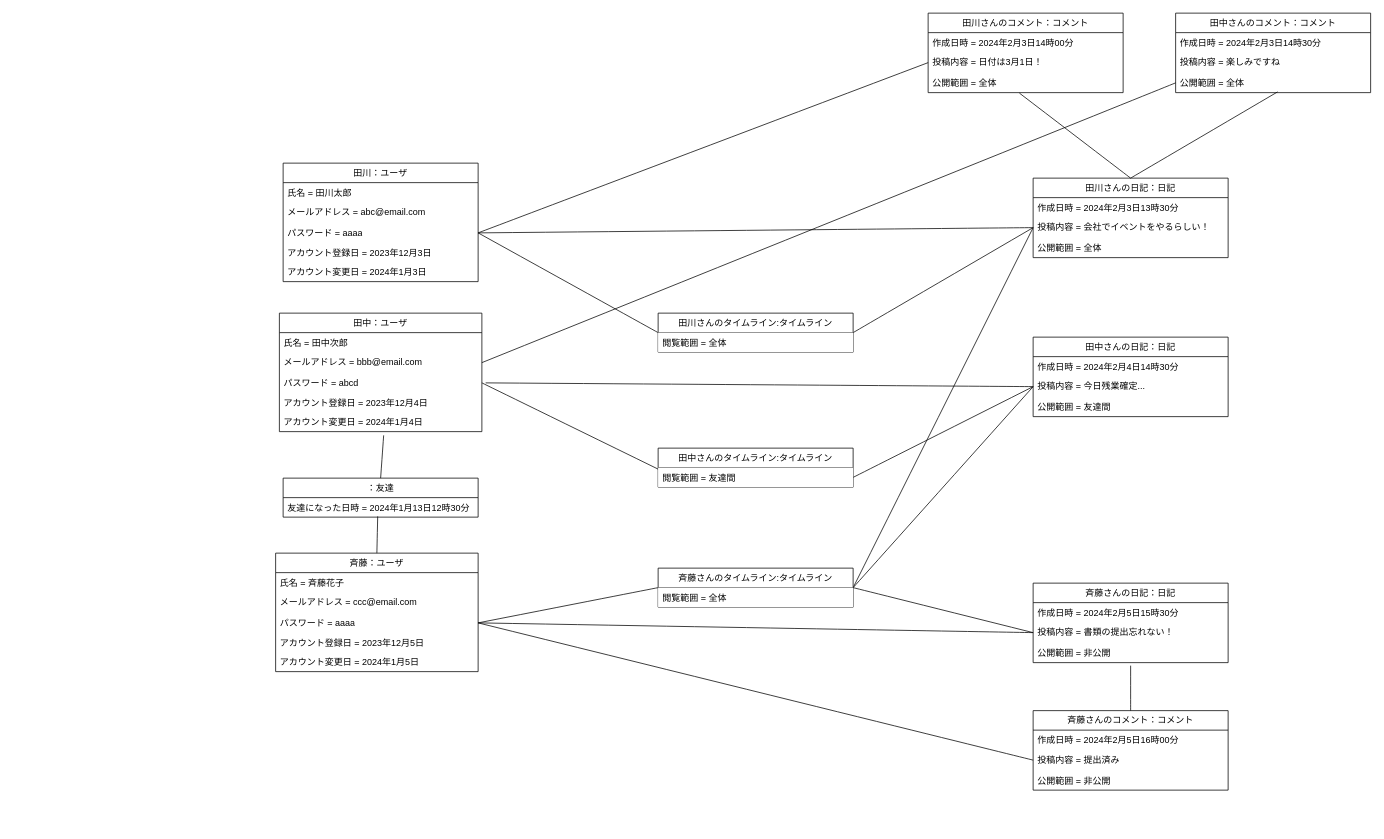
Earlier version of the draw.io diagram 概念モデル/09_友達の日記にコメントする/友達の日記にコメントする.drawio (tawainfer/scorpio). Source tidied: cells renumbered, new cells numbered last; positions are measured from the earlier drawing's top-left corner, leaving out a move shared by most shapes. Both pictures are drawn from the tidied source at 75%, with x=0, y=0 at pixel (275, 13).
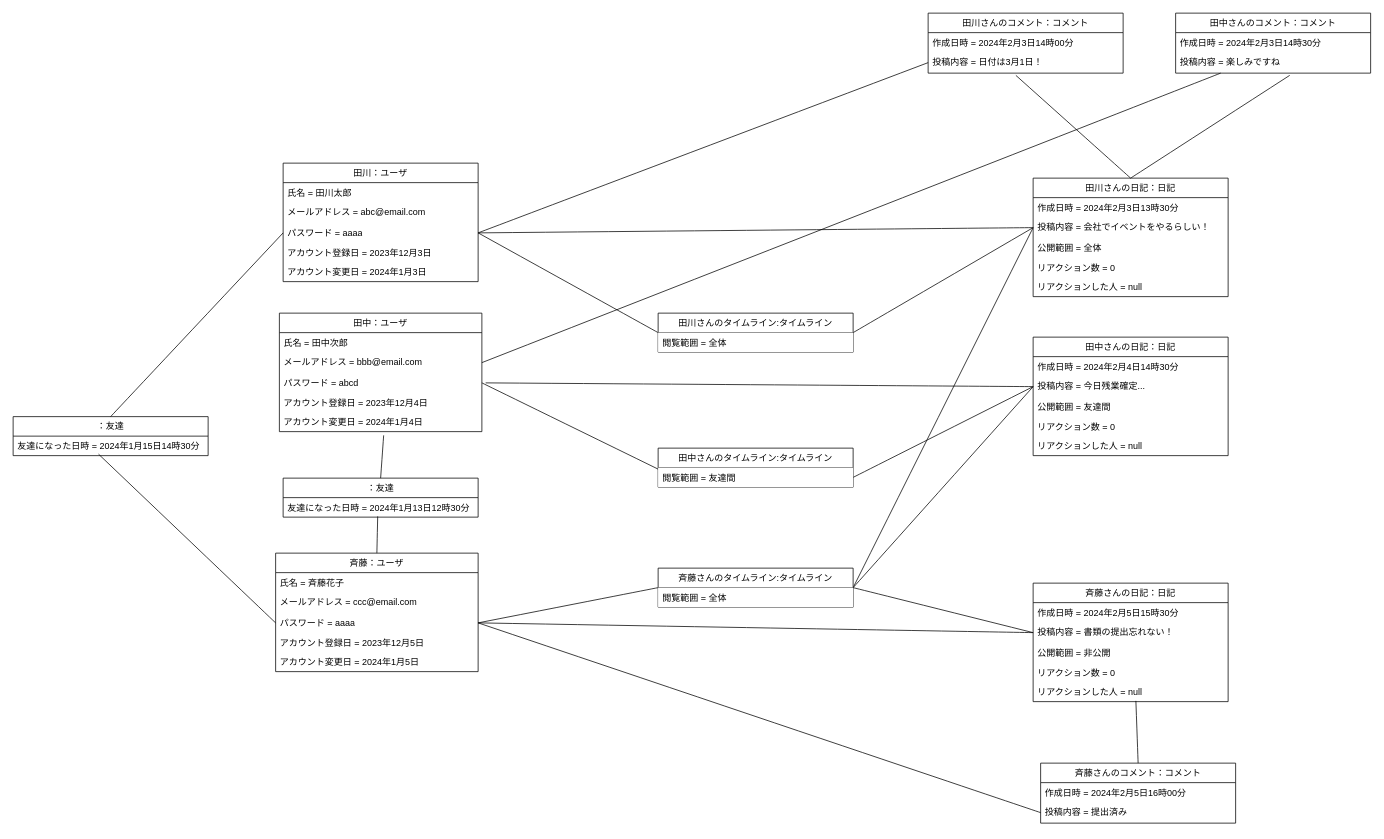
The same page after the edit.

The change refers to these unchanged cells:
```xml
<mxCell id="5" value="パスワード = aaaa" style="text;strokeColor=none;fillColor=none;align=left;verticalAlign=top;spacingLeft=4;spacingRight=4;overflow=hidden;points=[[0,0.5],[1,0.5]];portConstraint=eastwest;whiteSpace=wrap;html=1;" parent="2" vertex="1">
  <mxGeometry y="80" width="260" height="26" as="geometry" />
</mxCell>
<mxCell id="10" value="メールアドレス = bbb@email.com" style="text;strokeColor=none;fillColor=none;align=left;verticalAlign=top;spacingLeft=4;spacingRight=4;overflow=hidden;points=[[0,0.5],[1,0.5]];portConstraint=eastwest;whiteSpace=wrap;html=1;" parent="8" vertex="1">
  <mxGeometry y="52" width="270" height="28" as="geometry" />
</mxCell>
<mxCell id="17" value="パスワード = aaaa" style="text;strokeColor=none;fillColor=none;align=left;verticalAlign=top;spacingLeft=4;spacingRight=4;overflow=hidden;points=[[0,0.5],[1,0.5]];portConstraint=eastwest;whiteSpace=wrap;html=1;" parent="14" vertex="1">
  <mxGeometry y="80" width="270" height="26" as="geometry" />
</mxCell>
<mxCell id="55" value="投稿内容 = 日付は3月1日！" style="text;strokeColor=none;fillColor=none;align=left;verticalAlign=top;spacingLeft=4;spacingRight=4;overflow=hidden;points=[[0,0.5],[1,0.5]];portConstraint=eastwest;whiteSpace=wrap;html=1;" parent="53" vertex="1">
  <mxGeometry y="52" width="260" height="28" as="geometry" />
</mxCell>
<mxCell id="60" value="投稿内容 = 楽しみですね" style="text;strokeColor=none;fillColor=none;align=left;verticalAlign=top;spacingLeft=4;spacingRight=4;overflow=hidden;points=[[0,0.5],[1,0.5]];portConstraint=eastwest;whiteSpace=wrap;html=1;" parent="58" vertex="1">
  <mxGeometry y="52" width="260" height="28" as="geometry" />
</mxCell>
```

Diff of the diagram source:
```diff
@@
     <mxCell id="20" value="田川さんの日記：日記" style="swimlane;fontStyle=0;horizontal=1;startSize=26;fillColor=none;whiteSpace=wrap;html=1;" parent="1" vertex="1">
-      <mxGeometry x="1010" y="220" width="260" height="106" as="geometry" />
+      <mxGeometry x="1010" y="220" width="260" height="158" as="geometry" />
     </mxCell>
@@
+    <mxCell id="71" value="リアクション数 = 0" style="text;strokeColor=none;fillColor=none;align=left;verticalAlign=top;spacingLeft=4;spacingRight=4;overflow=hidden;whiteSpace=wrap;html=1;" parent="20" vertex="1">
+      <mxGeometry y="106" width="260" height="26" as="geometry" />
+    </mxCell>
+    <mxCell id="72" value="リアクションした人 = null" style="text;strokeColor=none;fillColor=none;align=left;verticalAlign=top;spacingLeft=4;spacingRight=4;overflow=hidden;whiteSpace=wrap;html=1;" parent="20" vertex="1">
+      <mxGeometry y="132" width="260" height="26" as="geometry" />
+    </mxCell>
     <mxCell id="24" value="田中さんの日記：日記" style="swimlane;fontStyle=0;horizontal=1;startSize=26;fillColor=none;whiteSpace=wrap;html=1;" parent="1" vertex="1">
-      <mxGeometry x="1010" y="432" width="260" height="106" as="geometry" />
+      <mxGeometry x="1010" y="432" width="260" height="158" as="geometry" />
     </mxCell>
@@
+    <mxCell id="73" value="リアクション数 = 0" style="text;strokeColor=none;fillColor=none;align=left;verticalAlign=top;spacingLeft=4;spacingRight=4;overflow=hidden;whiteSpace=wrap;html=1;" parent="24" vertex="1">
+      <mxGeometry y="106" width="260" height="26" as="geometry" />
+    </mxCell>
+    <mxCell id="74" value="リアクションした人 = null" style="text;strokeColor=none;fillColor=none;align=left;verticalAlign=top;spacingLeft=4;spacingRight=4;overflow=hidden;whiteSpace=wrap;html=1;" parent="24" vertex="1">
+      <mxGeometry y="132" width="260" height="26" as="geometry" />
+    </mxCell>
     <mxCell id="28" value="斉藤さんの日記：日記" style="swimlane;fontStyle=0;horizontal=1;startSize=26;fillColor=none;whiteSpace=wrap;html=1;" parent="1" vertex="1">
-      <mxGeometry x="1010" y="760" width="260" height="106" as="geometry" />
+      <mxGeometry x="1010" y="760" width="260" height="158" as="geometry" />
     </mxCell>
@@
+    <mxCell id="75" value="リアクション数 = 0" style="text;strokeColor=none;fillColor=none;align=left;verticalAlign=top;spacingLeft=4;spacingRight=4;overflow=hidden;whiteSpace=wrap;html=1;" parent="28" vertex="1">
+      <mxGeometry y="106" width="260" height="26" as="geometry" />
+    </mxCell>
+    <mxCell id="76" value="リアクションした人 = null" style="text;strokeColor=none;fillColor=none;align=left;verticalAlign=top;spacingLeft=4;spacingRight=4;overflow=hidden;points=[[0,0.5],[1,0.5]];portConstraint=eastwest;whiteSpace=wrap;html=1;" parent="28" vertex="1">
+      <mxGeometry y="132" width="260" height="26" as="geometry" />
+    </mxCell>
@@
     <mxCell id="53" value="田川さんのコメント：コメント" style="swimlane;fontStyle=0;horizontal=1;startSize=26;fillColor=none;whiteSpace=wrap;html=1;" parent="1" vertex="1">
-      <mxGeometry x="870" width="260" height="106" as="geometry" />
+      <mxGeometry x="870" width="260" height="80" as="geometry" />
     </mxCell>
@@
-    <mxCell id="56" value="公開範囲 = 全体" style="text;strokeColor=none;fillColor=none;align=left;verticalAlign=top;spacingLeft=4;spacingRight=4;overflow=hidden;points=[[0,0.5],[1,0.5]];portConstraint=eastwest;whiteSpace=wrap;html=1;" parent="53" vertex="1">
-      <mxGeometry y="80" width="260" height="26" as="geometry" />
-    </mxCell>
-    <mxCell id="57" style="edgeStyle=none;curved=1;rounded=0;jettySize=auto;html=1;exitX=0.5;exitY=0;exitDx=0;exitDy=0;entryX=0.468;entryY=1.024;entryDx=0;entryDy=0;entryPerimeter=0;fontSize=12;startSize=8;endSize=8;endArrow=none;endFill=0;" parent="1" edge="1" source="20" target="56">
+    <mxCell id="57" style="edgeStyle=none;curved=1;rounded=0;jettySize=auto;html=1;exitX=0.5;exitY=0;exitDx=0;exitDy=0;entryX=0.45;entryY=1.107;entryDx=0;entryDy=0;entryPerimeter=0;fontSize=12;startSize=8;endSize=8;endArrow=none;endFill=0;" parent="1" edge="1" source="20" target="55">
       <mxGeometry relative="1" as="geometry" />
     </mxCell>
     <mxCell id="58" value="田中さんのコメント：コメント" style="swimlane;fontStyle=0;horizontal=1;startSize=26;fillColor=none;whiteSpace=wrap;html=1;" parent="1" vertex="1">
-      <mxGeometry x="1200" width="260" height="106" as="geometry" />
+      <mxGeometry x="1200" width="260" height="80" as="geometry" />
     </mxCell>
@@
-    <mxCell id="61" value="公開範囲 = 全体" style="text;strokeColor=none;fillColor=none;align=left;verticalAlign=top;spacingLeft=4;spacingRight=4;overflow=hidden;points=[[0,0.5],[1,0.5]];portConstraint=eastwest;whiteSpace=wrap;html=1;" parent="58" vertex="1">
-      <mxGeometry y="80" width="260" height="26" as="geometry" />
-    </mxCell>
-    <mxCell id="62" style="edgeStyle=none;curved=1;rounded=0;jettySize=auto;html=1;exitX=0.5;exitY=0;exitDx=0;exitDy=0;entryX=0.523;entryY=0.962;entryDx=0;entryDy=0;entryPerimeter=0;fontSize=12;startSize=8;endSize=8;endArrow=none;endFill=0;" parent="1" edge="1" source="20" target="61">
+    <mxCell id="62" style="edgeStyle=none;curved=1;rounded=0;jettySize=auto;html=1;exitX=0.5;exitY=0;exitDx=0;exitDy=0;entryX=0.585;entryY=1.107;entryDx=0;entryDy=0;entryPerimeter=0;fontSize=12;startSize=8;endSize=8;endArrow=none;endFill=0;" parent="1" edge="1" source="20" target="60">
       <mxGeometry relative="1" as="geometry" />
     </mxCell>
     <mxCell id="63" value="斉藤さんのコメント：コメント" style="swimlane;fontStyle=0;horizontal=1;startSize=26;fillColor=none;whiteSpace=wrap;html=1;" parent="1" vertex="1">
-      <mxGeometry x="1010" y="930" width="260" height="106" as="geometry" />
+      <mxGeometry x="1020" y="1000" width="260" height="80" as="geometry" />
     </mxCell>
@@
-    <mxCell id="66" value="公開範囲 = 非公開" style="text;strokeColor=none;fillColor=none;align=left;verticalAlign=top;spacingLeft=4;spacingRight=4;overflow=hidden;whiteSpace=wrap;html=1;" parent="63" vertex="1">
-      <mxGeometry y="80" width="260" height="26" as="geometry" />
-    </mxCell>
-    <mxCell id="67" style="edgeStyle=none;curved=1;rounded=0;jettySize=auto;html=1;exitX=0.5;exitY=0;exitDx=0;exitDy=0;fontSize=12;startSize=8;endSize=8;endArrow=none;endFill=0;" parent="1" edge="1" source="63">
-      <mxGeometry relative="1" as="geometry">
-        <mxPoint x="1140" y="870" as="targetPoint" />
-      </mxGeometry>
+    <mxCell id="67" style="edgeStyle=none;curved=1;rounded=0;jettySize=auto;html=1;exitX=0.5;exitY=0;exitDx=0;exitDy=0;fontSize=12;startSize=8;endSize=8;endArrow=none;endFill=0;entryX=0.527;entryY=0.962;entryDx=0;entryDy=0;entryPerimeter=0;" parent="1" edge="1" source="63" target="76">
+      <mxGeometry relative="1" as="geometry" />
     </mxCell>
@@
-    <mxCell id="69" style="edgeStyle=none;curved=1;rounded=0;jettySize=auto;html=1;exitX=0;exitY=0.5;exitDx=0;exitDy=0;entryX=1;entryY=0.5;entryDx=0;entryDy=0;fontSize=12;startSize=8;endSize=8;endArrow=none;endFill=0;" parent="1" edge="1" source="61" target="10">
+    <mxCell id="69" style="edgeStyle=none;curved=1;rounded=0;jettySize=auto;html=1;exitX=0.231;exitY=1;exitDx=0;exitDy=0;entryX=1;entryY=0.5;entryDx=0;entryDy=0;fontSize=12;startSize=8;endSize=8;endArrow=none;endFill=0;exitPerimeter=0;" parent="1" edge="1" source="60" target="10">
       <mxGeometry relative="1" as="geometry" />
     </mxCell>
@@
+    <mxCell id="77" style="edgeStyle=none;curved=1;rounded=0;jettySize=auto;html=1;exitX=0.5;exitY=0;exitDx=0;exitDy=0;entryX=0;entryY=0.5;entryDx=0;entryDy=0;fontSize=12;startSize=8;endSize=8;endArrow=none;endFill=0;" parent="1" edge="1" source="78" target="5">
+      <mxGeometry relative="1" as="geometry" />
+    </mxCell>
+    <mxCell id="78" value="：友達" style="swimlane;fontStyle=0;horizontal=1;startSize=26;fillColor=none;whiteSpace=wrap;html=1;" parent="1" vertex="1">
+      <mxGeometry x="-350" y="538" width="260" height="52" as="geometry" />
+    </mxCell>
+    <mxCell id="79" value="友達になった日時 =&amp;nbsp;2024年1月15日14時30分" style="text;strokeColor=none;fillColor=none;align=left;verticalAlign=top;spacingLeft=4;spacingRight=4;overflow=hidden;points=[[0,0.5],[1,0.5]];portConstraint=eastwest;whiteSpace=wrap;html=1;" parent="78" vertex="1">
+      <mxGeometry y="26" width="260" height="26" as="geometry" />
+    </mxCell>
+    <mxCell id="80" style="edgeStyle=none;curved=1;rounded=0;jettySize=auto;html=1;exitX=0;exitY=0.5;exitDx=0;exitDy=0;entryX=0.438;entryY=0.923;entryDx=0;entryDy=0;entryPerimeter=0;fontSize=12;startSize=8;endSize=8;endArrow=none;endFill=0;" parent="1" edge="1" source="17" target="79">
+      <mxGeometry relative="1" as="geometry" />
+    </mxCell>
```
